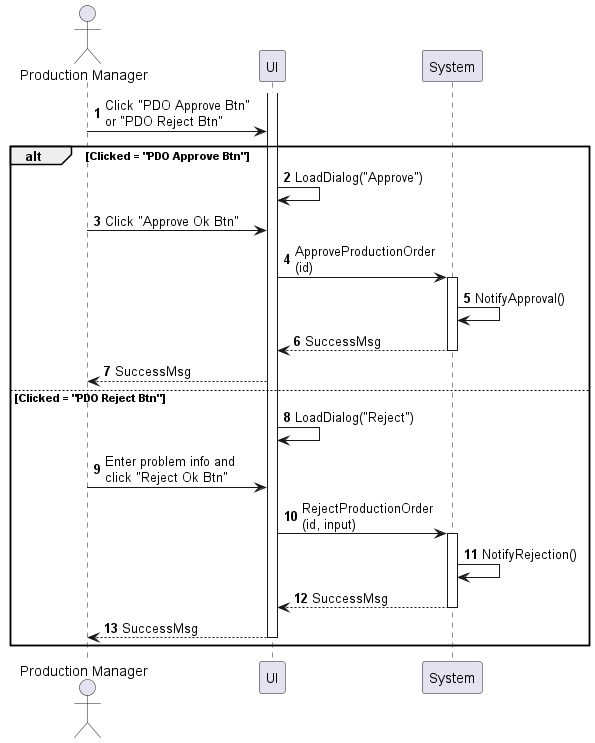
Earlier version of the PlantUML export sequences/production-order-approve.png (phihungha/scmss-reqs).
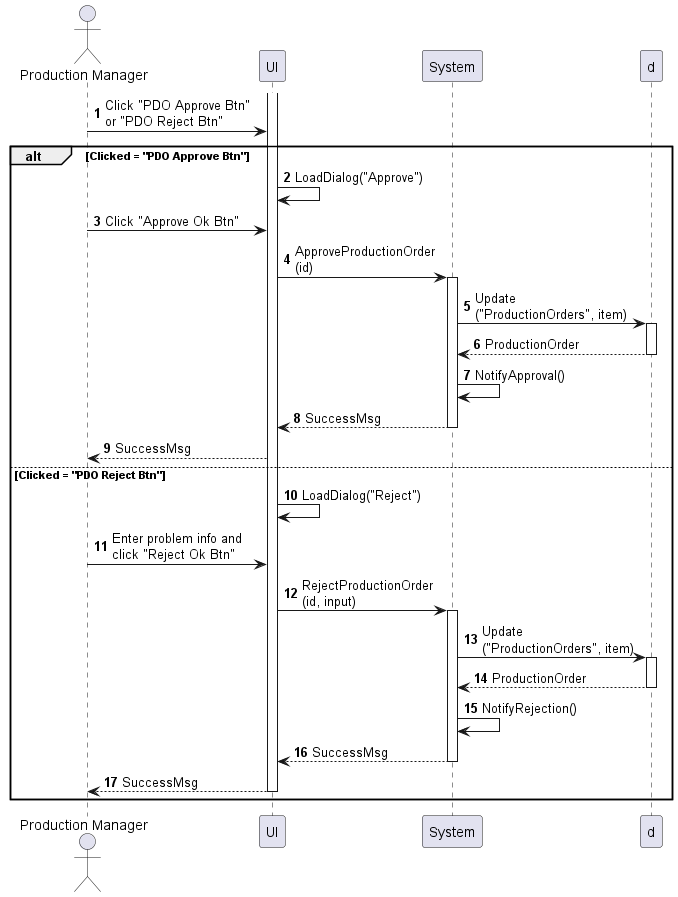
After the commit.

Diff of the diagram source:
```diff
@@ -13,6 +13,9 @@
     a -> f : Click "Approve Ok Btn"
     f -> b : ApproveProductionOrder\n(id)
     activate b
+    b -> d : Update\n("ProductionOrders", item)
+    activate d
+    return ProductionOrder
     b -> b : NotifyApproval()
     b --> f : SuccessMsg
     deactivate b
@@ -22,6 +25,9 @@
     a -> f : Enter problem info and\nclick "Reject Ok Btn"
     f -> b : RejectProductionOrder\n(id, input)
     activate b
+    b -> d : Update\n("ProductionOrders", item)
+    activate d
+    return ProductionOrder
     b -> b : NotifyRejection()
     return SuccessMsg
     f --> a : SuccessMsg
```
